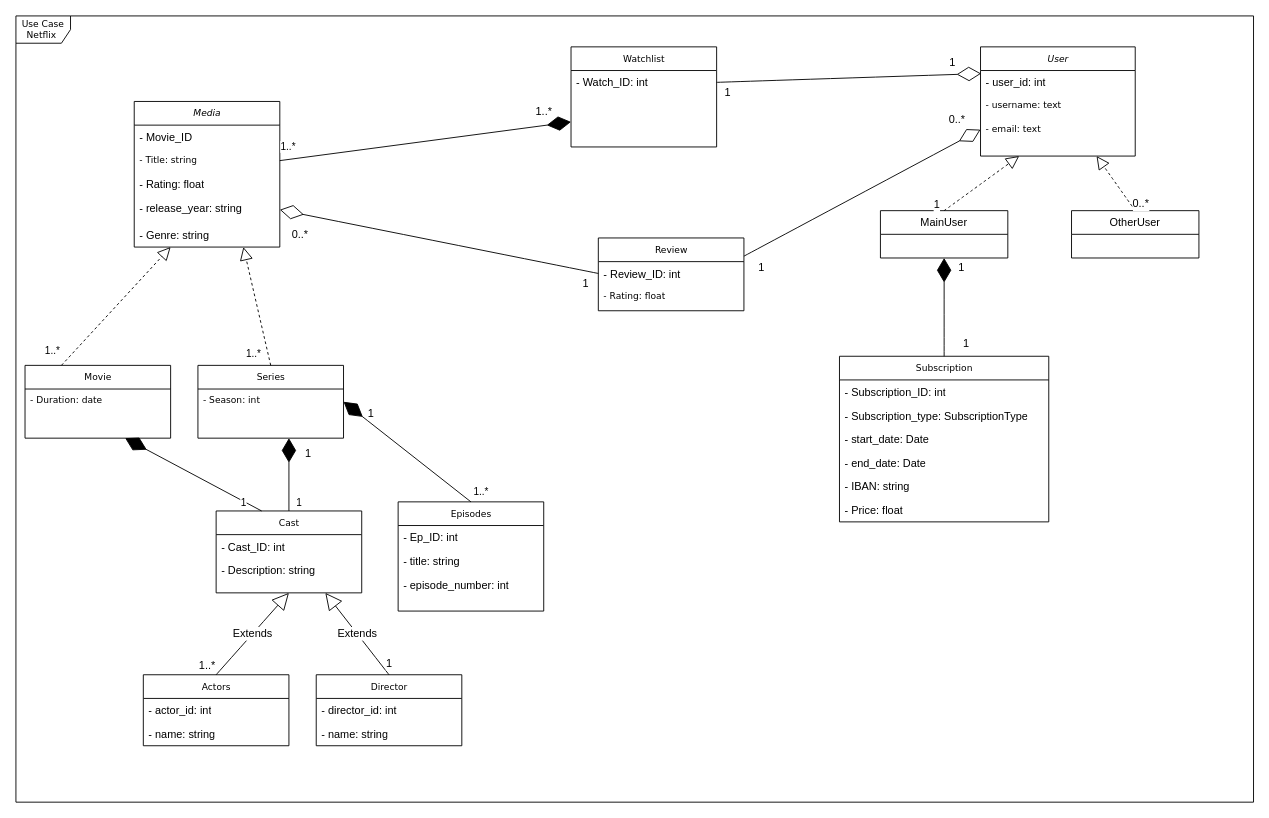
This is draw_io/uml_data_eng_project_1.drawio from KevinGarrison/DataEngineeringProjects, a draw.io file, before an edit. Source tidied: cells renumbered, new cells numbered last; positions are measured from the earlier drawing's top-left corner, leaving out a move shared by most shapes. Both pictures are drawn from the tidied source at 91%, with x=0, y=0 at pixel (15, 15).
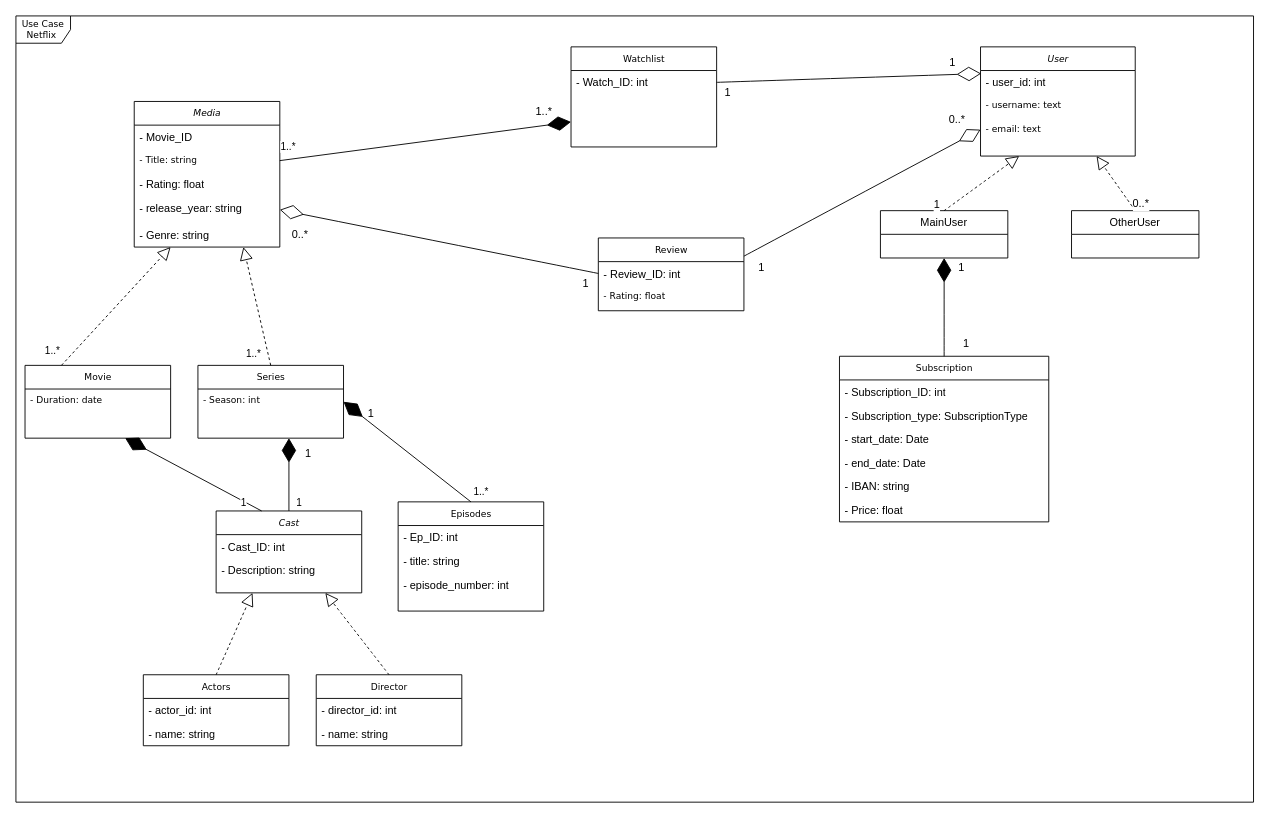
Above is the later version.

The change refers to these unchanged cells:
```xml
<mxCell id="26" value="Director" style="swimlane;html=1;fontStyle=0;horizontal=1;startSize=26;fillColor=none;swimlaneFillColor=#ffffff;rounded=0;shadow=0;comic=0;labelBackgroundColor=none;strokeWidth=1;fontFamily=Verdana;fontSize=10;align=center;" parent="1" vertex="1">
  <mxGeometry x="330" y="724" width="160" height="78" as="geometry" />
</mxCell>
<mxCell id="29" value="Actors" style="swimlane;html=1;fontStyle=0;horizontal=1;startSize=26;fillColor=none;swimlaneFillColor=#ffffff;rounded=0;shadow=0;comic=0;labelBackgroundColor=none;strokeWidth=1;fontFamily=Verdana;fontSize=10;align=center;" parent="1" vertex="1">
  <mxGeometry x="140" y="724" width="160" height="78" as="geometry" />
</mxCell>
```

Diff of the diagram source:
```diff
@@
-    <mxCell id="32" value="Cast" style="swimlane;html=1;fontStyle=0;horizontal=1;startSize=26;fillColor=none;swimlaneFillColor=#ffffff;rounded=0;shadow=0;comic=0;labelBackgroundColor=none;strokeWidth=1;fontFamily=Verdana;fontSize=10;align=center;" parent="1" vertex="1">
+    <mxCell id="32" value="&lt;i&gt;Cast&lt;/i&gt;" style="swimlane;html=1;fontStyle=0;horizontal=1;startSize=26;fillColor=none;swimlaneFillColor=#ffffff;rounded=0;shadow=0;comic=0;labelBackgroundColor=none;strokeWidth=1;fontFamily=Verdana;fontSize=10;align=center;" parent="1" vertex="1">
       <mxGeometry x="220" y="544" width="160" height="90" as="geometry" />
     </mxCell>
@@
-    <mxCell id="52" value="Extends" style="endArrow=block;endSize=16;endFill=0;html=1;rounded=0;fontSize=12;curved=1;exitX=0.5;exitY=0;exitDx=0;exitDy=0;entryX=0.5;entryY=1;entryDx=0;entryDy=0;" parent="1" edge="1" source="29" target="32">
-      <mxGeometry relative="1" as="geometry" />
-    </mxCell>
-    <mxCell id="53" value="1..*" style="edgeLabel;html=1;align=center;verticalAlign=middle;fontSize=12;" parent="52" vertex="1">
-      <mxGeometry x="-0.75" y="-1" relative="1" as="geometry">
-        <mxPoint x="-21" as="offset" />
-      </mxGeometry>
-    </mxCell>
-    <mxCell id="54" value="Extends" style="endArrow=block;endSize=16;endFill=0;html=1;rounded=0;fontSize=12;curved=1;exitX=0.5;exitY=0;exitDx=0;exitDy=0;entryX=0.75;entryY=1;entryDx=0;entryDy=0;" parent="1" edge="1" source="26" target="32">
-      <mxGeometry relative="1" as="geometry" />
-    </mxCell>
-    <mxCell id="55" value="1" style="edgeLabel;html=1;align=center;verticalAlign=middle;fontSize=12;" parent="54" vertex="1">
-      <mxGeometry x="-0.75" y="-3" relative="1" as="geometry">
-        <mxPoint x="6" as="offset" />
-      </mxGeometry>
-    </mxCell>
@@
+    <mxCell id="52" style="endArrow=block;dashed=1;endFill=0;endSize=12;html=1;rounded=0;fontSize=12;curved=1;exitX=0.5;exitY=0;exitDx=0;exitDy=0;entryX=0.25;entryY=1;entryDx=0;entryDy=0;" parent="1" edge="1" source="29" target="32">
+      <mxGeometry relative="1" as="geometry" />
+    </mxCell>
+    <mxCell id="54" style="endArrow=block;dashed=1;endFill=0;endSize=12;html=1;rounded=0;fontSize=12;curved=1;exitX=0.5;exitY=0;exitDx=0;exitDy=0;entryX=0.75;entryY=1;entryDx=0;entryDy=0;" parent="1" edge="1" source="26" target="32">
+      <mxGeometry relative="1" as="geometry" />
+    </mxCell>
```
